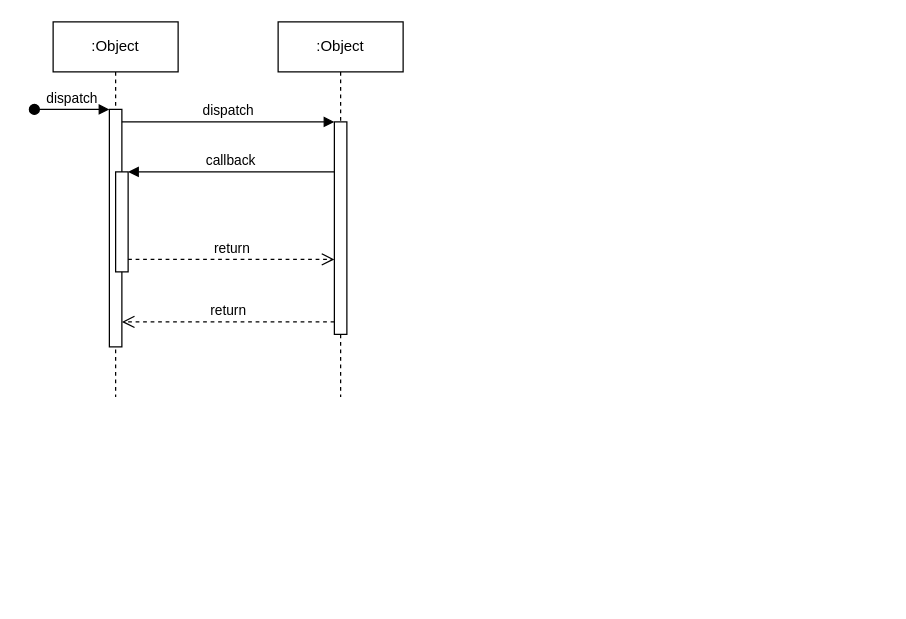
Earlier version of the draw.io diagram 订单拆单.drawio (J0N1992/drawIo). Source tidied: cells renumbered, new cells numbered last; positions are measured from the earlier drawing's top-left corner, leaving out a move shared by most shapes. Both pictures are drawn from the tidied source at 125%, with x=0, y=0 at pixel (34, 21).
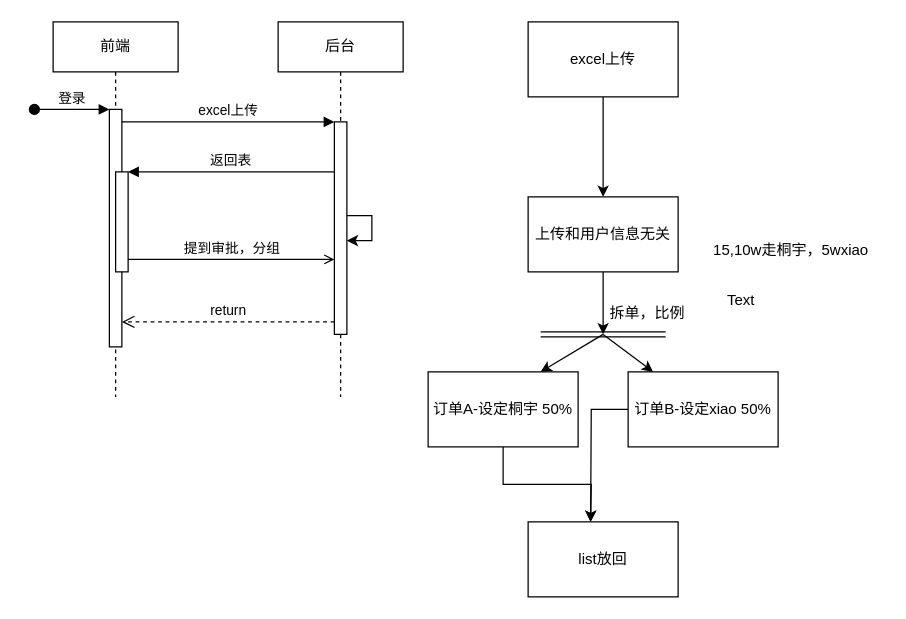
Above is the later version.

Commit message:
更新订单拆单.drawio

Unchanged cells that the change refers to:
```xml
<mxCell id="3" style="html=1;points=[];perimeter=orthogonalPerimeter;outlineConnect=0;targetShapes=umlLifeline;portConstraint=eastwest;newEdgeStyle={&quot;edgeStyle&quot;:&quot;elbowEdgeStyle&quot;,&quot;elbow&quot;:&quot;vertical&quot;,&quot;curved&quot;:0,&quot;rounded&quot;:0};" parent="2" vertex="1">
  <mxGeometry x="45" y="70" width="10" height="190" as="geometry" />
</mxCell>
<mxCell id="5" style="html=1;points=[];perimeter=orthogonalPerimeter;outlineConnect=0;targetShapes=umlLifeline;portConstraint=eastwest;newEdgeStyle={&quot;edgeStyle&quot;:&quot;elbowEdgeStyle&quot;,&quot;elbow&quot;:&quot;vertical&quot;,&quot;curved&quot;:0,&quot;rounded&quot;:0};" parent="2" vertex="1">
  <mxGeometry x="50" y="120" width="10" height="80" as="geometry" />
</mxCell>
<mxCell id="7" style="html=1;points=[];perimeter=orthogonalPerimeter;outlineConnect=0;targetShapes=umlLifeline;portConstraint=eastwest;newEdgeStyle={&quot;edgeStyle&quot;:&quot;elbowEdgeStyle&quot;,&quot;elbow&quot;:&quot;vertical&quot;,&quot;curved&quot;:0,&quot;rounded&quot;:0};" parent="6" vertex="1">
  <mxGeometry x="45" y="80" width="10" height="170" as="geometry" />
</mxCell>
```

Change to the diagram source:
```diff
@@
-    <mxCell id="2" value=":Object" style="shape=umlLifeline;perimeter=lifelinePerimeter;whiteSpace=wrap;html=1;newEdgeStyle={&quot;edgeStyle&quot;:&quot;elbowEdgeStyle&quot;,&quot;elbow&quot;:&quot;vertical&quot;,&quot;curved&quot;:0,&quot;rounded&quot;:0};" parent="1" vertex="1">
+    <mxCell id="2" value="前端" style="shape=umlLifeline;perimeter=lifelinePerimeter;whiteSpace=wrap;html=1;newEdgeStyle={&quot;edgeStyle&quot;:&quot;elbowEdgeStyle&quot;,&quot;elbow&quot;:&quot;vertical&quot;,&quot;curved&quot;:0,&quot;rounded&quot;:0};" parent="1" vertex="1">
       <mxGeometry x="15" width="100" height="300" as="geometry" />
     </mxCell>
@@
-    <mxCell id="4" value="dispatch" style="html=1;verticalAlign=bottom;startArrow=oval;endArrow=block;startSize=8;edgeStyle=elbowEdgeStyle;elbow=vertical;curved=0;rounded=0;" parent="2" edge="1" target="3">
+    <mxCell id="4" value="登录" style="html=1;verticalAlign=bottom;startArrow=oval;endArrow=block;startSize=8;edgeStyle=elbowEdgeStyle;elbow=vertical;curved=0;rounded=0;" parent="2" edge="1" target="3">
       <mxGeometry relative="1" as="geometry">
         <mxPoint x="-15" y="70" as="sourcePoint" />
       </mxGeometry>
     </mxCell>
@@
-    <mxCell id="6" value=":Object" style="shape=umlLifeline;perimeter=lifelinePerimeter;whiteSpace=wrap;html=1;newEdgeStyle={&quot;edgeStyle&quot;:&quot;elbowEdgeStyle&quot;,&quot;elbow&quot;:&quot;vertical&quot;,&quot;curved&quot;:0,&quot;rounded&quot;:0};" parent="1" vertex="1">
+    <mxCell id="6" value="后台" style="shape=umlLifeline;perimeter=lifelinePerimeter;whiteSpace=wrap;html=1;newEdgeStyle={&quot;edgeStyle&quot;:&quot;elbowEdgeStyle&quot;,&quot;elbow&quot;:&quot;vertical&quot;,&quot;curved&quot;:0,&quot;rounded&quot;:0};" parent="1" vertex="1">
       <mxGeometry x="195" width="100" height="300" as="geometry" />
     </mxCell>
@@
+    <mxCell id="12" style="edgeStyle=elbowEdgeStyle;rounded=0;orthogonalLoop=1;jettySize=auto;html=1;elbow=vertical;curved=0;" parent="6" edge="1" source="7" target="7">
+      <mxGeometry relative="1" as="geometry" />
+    </mxCell>
-    <mxCell id="8" value="dispatch" style="html=1;verticalAlign=bottom;endArrow=block;edgeStyle=elbowEdgeStyle;elbow=vertical;curved=0;rounded=0;" parent="1" edge="1" source="3" target="7">
+    <mxCell id="8" value="excel上传" style="html=1;verticalAlign=bottom;endArrow=block;edgeStyle=elbowEdgeStyle;elbow=vertical;curved=0;rounded=0;" parent="1" edge="1" source="3" target="7">
       <mxGeometry relative="1" as="geometry">
         <Array as="points">
           <mxPoint x="155" y="80" />
         </Array>
       </mxGeometry>
     </mxCell>
@@
-    <mxCell id="10" value="callback" style="html=1;verticalAlign=bottom;endArrow=block;edgeStyle=elbowEdgeStyle;elbow=vertical;curved=0;rounded=0;" parent="1" edge="1" source="7" target="5">
+    <mxCell id="10" value="返回表" style="html=1;verticalAlign=bottom;endArrow=block;edgeStyle=elbowEdgeStyle;elbow=horizontal;curved=0;rounded=0;" parent="1" edge="1" source="7" target="5">
       <mxGeometry relative="1" as="geometry">
         <Array as="points">
           <mxPoint x="165" y="120" />
         </Array>
       </mxGeometry>
     </mxCell>
-    <mxCell id="11" value="return" style="html=1;verticalAlign=bottom;endArrow=open;dashed=1;endSize=8;edgeStyle=elbowEdgeStyle;elbow=vertical;curved=0;rounded=0;" parent="1" edge="1" source="5" target="7">
-      <mxGeometry relative="1" as="geometry">
+    <mxCell id="11" value="提到审批，分组" style="html=1;verticalAlign=bottom;endArrow=open;edgeStyle=elbowEdgeStyle;elbow=horizontal;curved=0;rounded=0;" parent="1" edge="1" source="5" target="7">
+      <mxGeometry x="0.01" relative="1" as="geometry">
         <Array as="points">
           <mxPoint x="155" y="190" />
         </Array>
       </mxGeometry>
     </mxCell>
+    <mxCell id="13" style="edgeStyle=orthogonalEdgeStyle;rounded=0;jettySize=auto;html=1;" parent="1" edge="1" source="14" target="16">
+      <mxGeometry relative="1" as="geometry" />
+    </mxCell>
+    <mxCell id="14" value="excel上传" style="rounded=0;whiteSpace=wrap;html=1;" parent="1" vertex="1">
+      <mxGeometry x="395" width="120" height="60" as="geometry" />
+    </mxCell>
+    <mxCell id="15" style="edgeStyle=orthogonalEdgeStyle;rounded=0;jettySize=auto;html=1;" parent="1" edge="1" source="16">
+      <mxGeometry relative="1" as="geometry">
+        <mxPoint x="455" y="250" as="targetPoint" />
+      </mxGeometry>
+    </mxCell>
+    <mxCell id="16" value="上传和用户信息无关" style="rounded=0;whiteSpace=wrap;html=1;" parent="1" vertex="1">
+      <mxGeometry x="395" y="140" width="120" height="60" as="geometry" />
+    </mxCell>
+    <mxCell id="17" style="shape=link;html=1;rounded=0;" parent="1" edge="1">
+      <mxGeometry relative="1" as="geometry">
+        <mxPoint x="405" y="250" as="sourcePoint" />
+        <mxPoint x="505" y="250" as="targetPoint" />
+      </mxGeometry>
+    </mxCell>
+    <mxCell id="18" style="endArrow=classic;html=1;rounded=0;" parent="1" edge="1">
+      <mxGeometry relative="1" as="geometry">
+        <mxPoint x="455" y="250" as="sourcePoint" />
+        <mxPoint x="405" y="280" as="targetPoint" />
+      </mxGeometry>
+    </mxCell>
+    <mxCell id="19" style="endArrow=classic;html=1;rounded=0;" parent="1" edge="1">
+      <mxGeometry relative="1" as="geometry">
+        <mxPoint x="455" y="250" as="sourcePoint" />
+        <mxPoint x="495" y="280" as="targetPoint" />
+      </mxGeometry>
+    </mxCell>
+    <mxCell id="20" style="edgeStyle=orthogonalEdgeStyle;rounded=0;jettySize=auto;html=1;exitX=0.5;exitY=1;exitDx=0;exitDy=0;" parent="1" edge="1" source="21">
+      <mxGeometry relative="1" as="geometry">
+        <mxPoint x="445" y="400" as="targetPoint" />
+      </mxGeometry>
+    </mxCell>
+    <mxCell id="21" value="订单A-设定桐宇 50%" style="rounded=0;whiteSpace=wrap;html=1;" parent="1" vertex="1">
+      <mxGeometry x="315" y="280" width="120" height="60" as="geometry" />
+    </mxCell>
+    <mxCell id="22" style="edgeStyle=orthogonalEdgeStyle;rounded=0;jettySize=auto;html=1;" parent="1" edge="1" source="23">
+      <mxGeometry relative="1" as="geometry">
+        <mxPoint x="445" y="400" as="targetPoint" />
+      </mxGeometry>
+    </mxCell>
+    <mxCell id="23" value="订单B-设定xiao 50%" style="rounded=0;whiteSpace=wrap;html=1;" parent="1" vertex="1">
+      <mxGeometry x="475" y="280" width="120" height="60" as="geometry" />
+    </mxCell>
+    <mxCell id="24" value="拆单，比例" style="text;html=1;align=center;verticalAlign=middle;strokeColor=none;fillColor=none;" parent="1" vertex="1">
+      <mxGeometry x="450" y="218" width="80" height="30" as="geometry" />
+    </mxCell>
+    <mxCell id="25" value="list放回" style="rounded=0;whiteSpace=wrap;html=1;" parent="1" vertex="1">
+      <mxGeometry x="395" y="400" width="120" height="60" as="geometry" />
+    </mxCell>
+    <mxCell id="26" value="15,10w走桐宇，5wxiao" style="text;html=1;align=center;verticalAlign=middle;strokeColor=none;fillColor=none;" parent="1" vertex="1">
+      <mxGeometry x="530" y="168" width="150" height="30" as="geometry" />
+    </mxCell>
+    <mxCell id="27" value="Text" style="text;html=1;align=center;verticalAlign=middle;strokeColor=none;fillColor=none;" parent="1" vertex="1">
+      <mxGeometry x="540" y="208" width="50" height="30" as="geometry" />
+    </mxCell>
```
